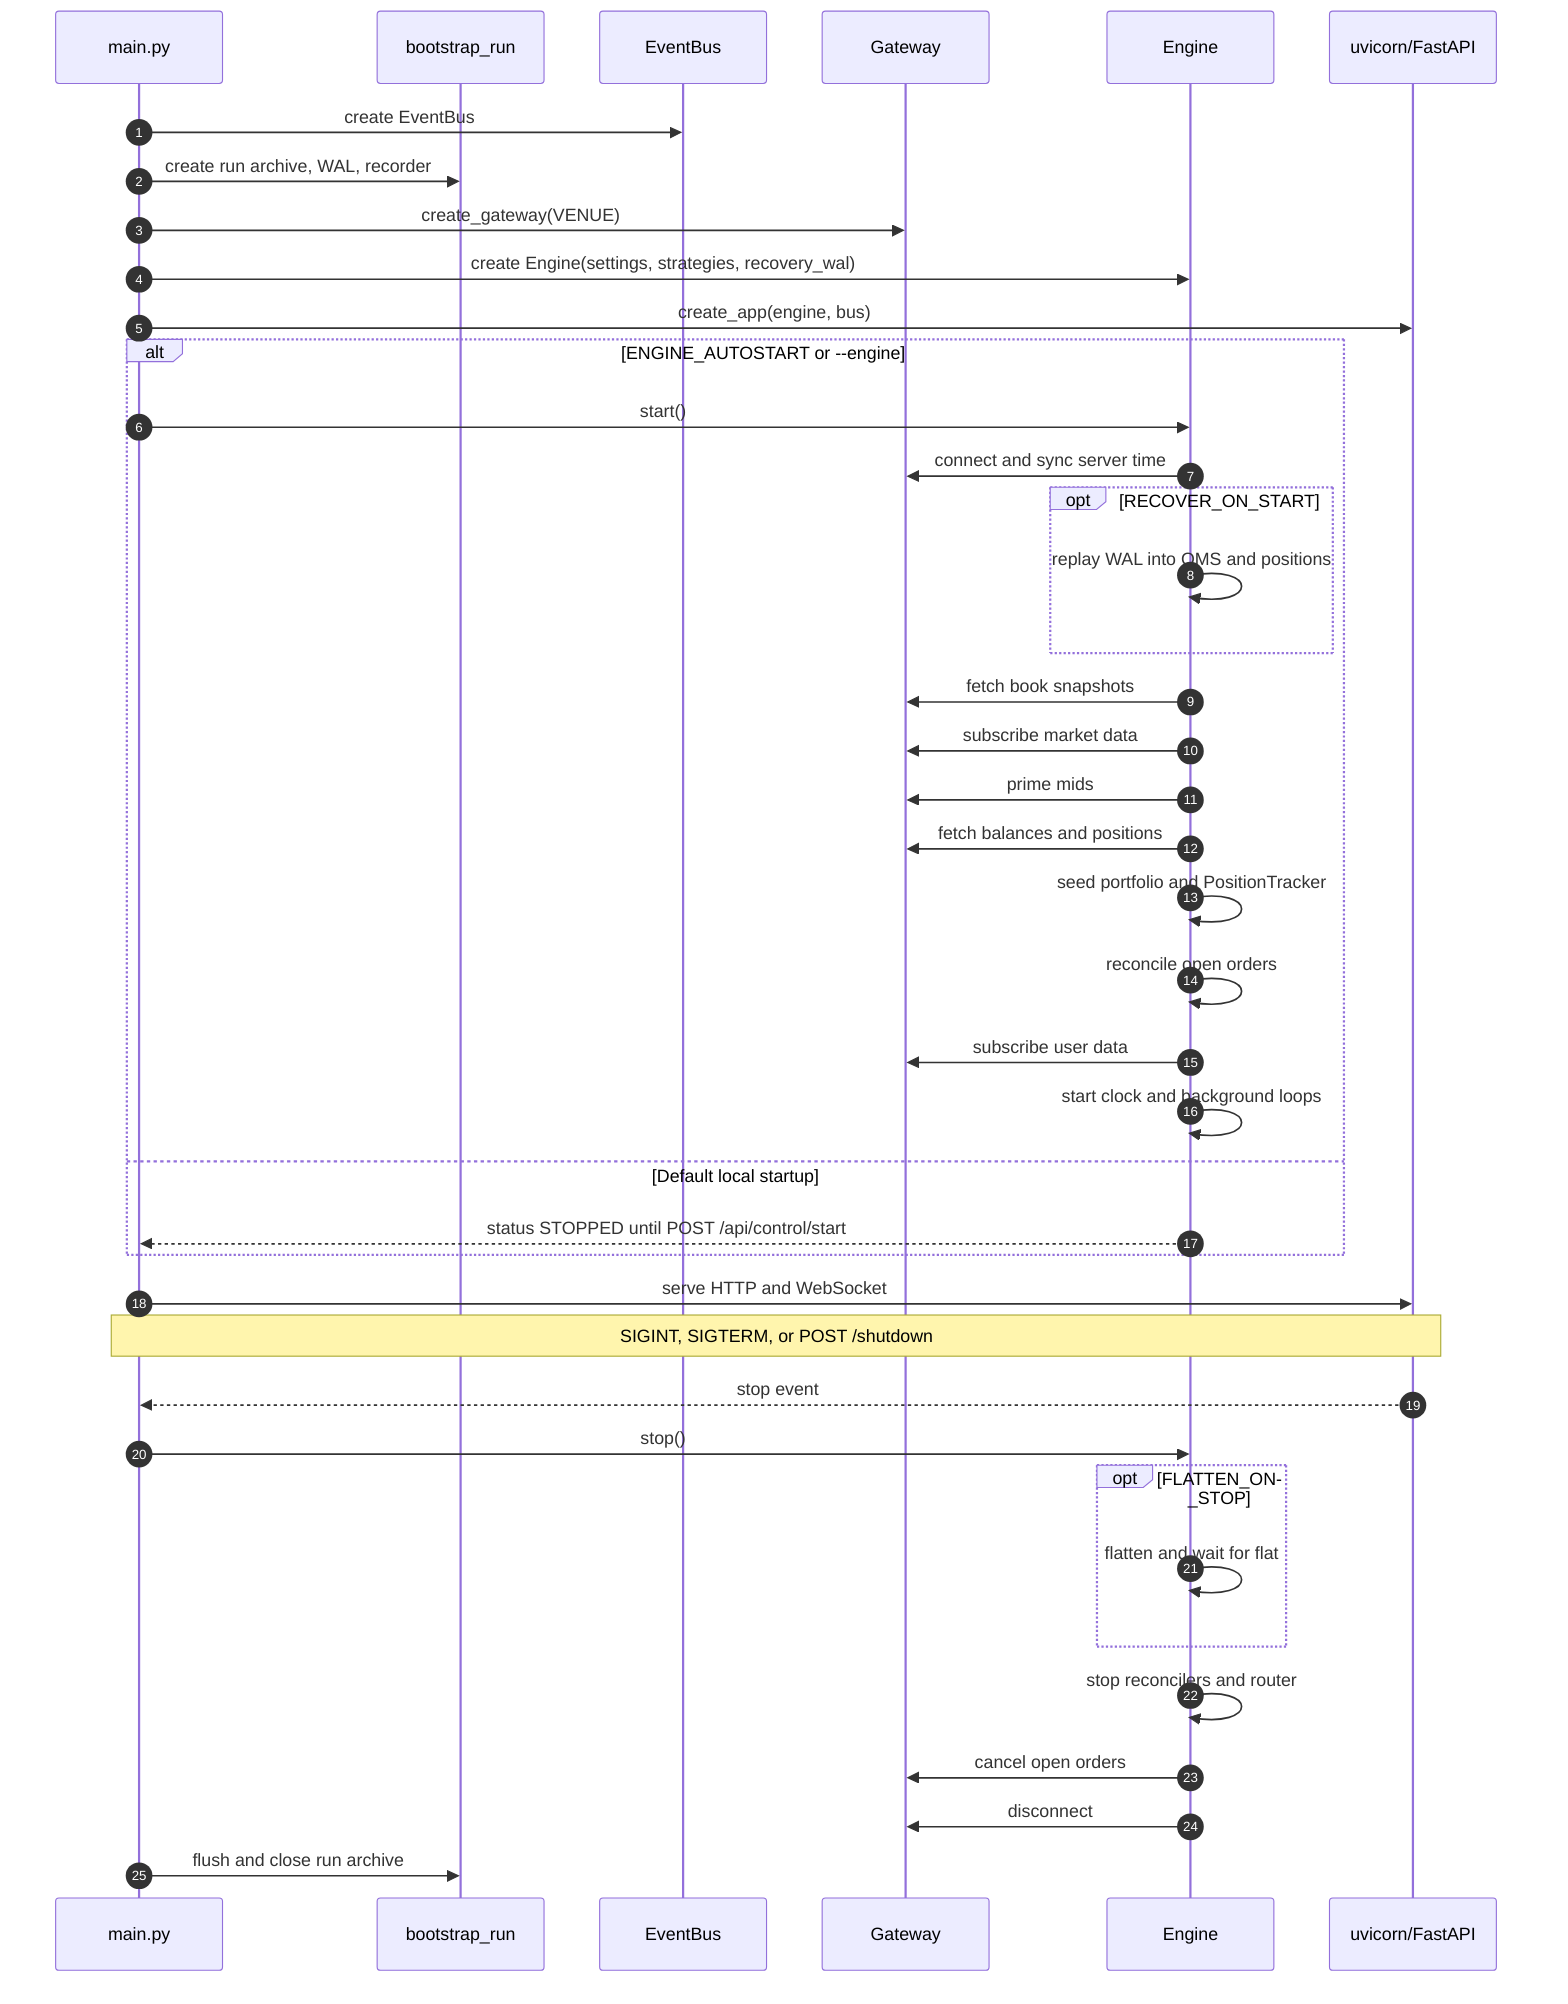
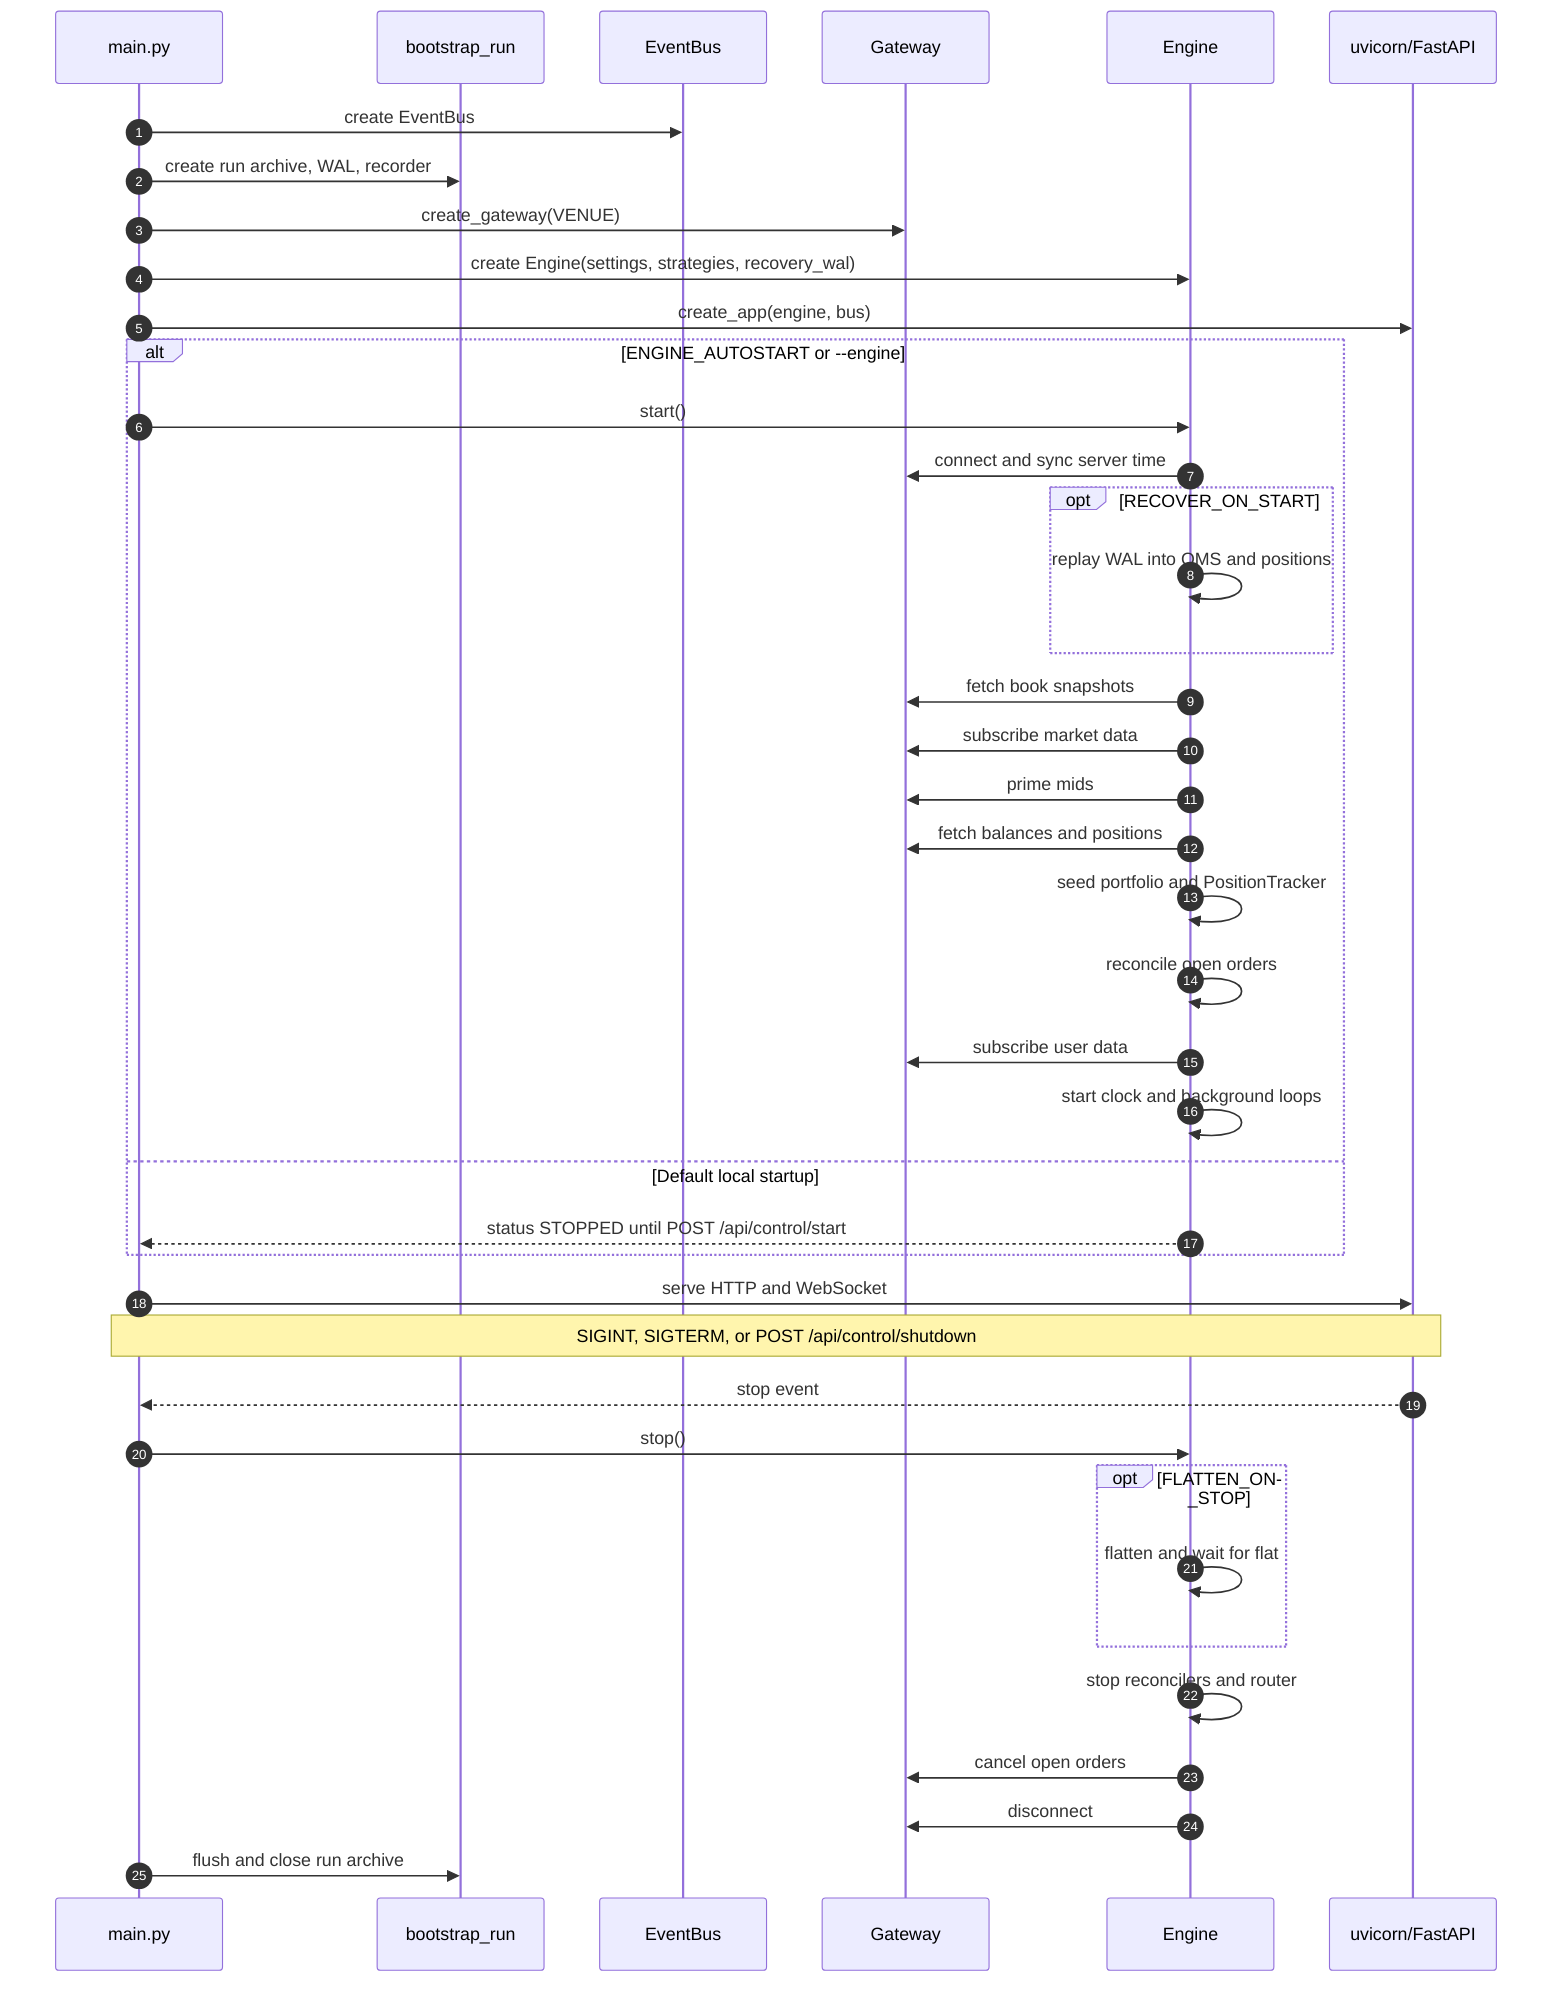
%% Engine lifecycle - process boot, optional autostart, graceful shutdown
sequenceDiagram
    autonumber
    participant Main as main.py
    participant Boot as bootstrap_run
    participant Bus as EventBus
    participant Gateway
    participant Engine
    participant API as uvicorn/FastAPI

    Main->>Bus: create EventBus
    Main->>Boot: create run archive, WAL, recorder
    Main->>Gateway: create_gateway(VENUE)
    Main->>Engine: create Engine(settings, strategies, recovery_wal)
    Main->>API: create_app(engine, bus)

    alt ENGINE_AUTOSTART or --engine
        Main->>Engine: start()
        Engine->>Gateway: connect and sync server time
        opt RECOVER_ON_START
            Engine->>Engine: replay WAL into OMS and positions
        end
        Engine->>Gateway: fetch book snapshots
        Engine->>Gateway: subscribe market data
        Engine->>Gateway: prime mids
        Engine->>Gateway: fetch balances and positions
        Engine->>Engine: seed portfolio and PositionTracker
        Engine->>Engine: reconcile open orders
        Engine->>Gateway: subscribe user data
        Engine->>Engine: start clock and background loops
    else Default local startup
        Engine-->>Main: status STOPPED until POST /api/control/start
    end

    Main->>API: serve HTTP and WebSocket

-     Note over API,Main: SIGINT, SIGTERM, or POST /shutdown
+     Note over API,Main: SIGINT, SIGTERM, or POST /api/control/shutdown
    API-->>Main: stop event
    Main->>Engine: stop()
    opt FLATTEN_ON_STOP
        Engine->>Engine: flatten and wait for flat
    end
    Engine->>Engine: stop reconcilers and router
    Engine->>Gateway: cancel open orders
    Engine->>Gateway: disconnect
    Main->>Boot: flush and close run archive
